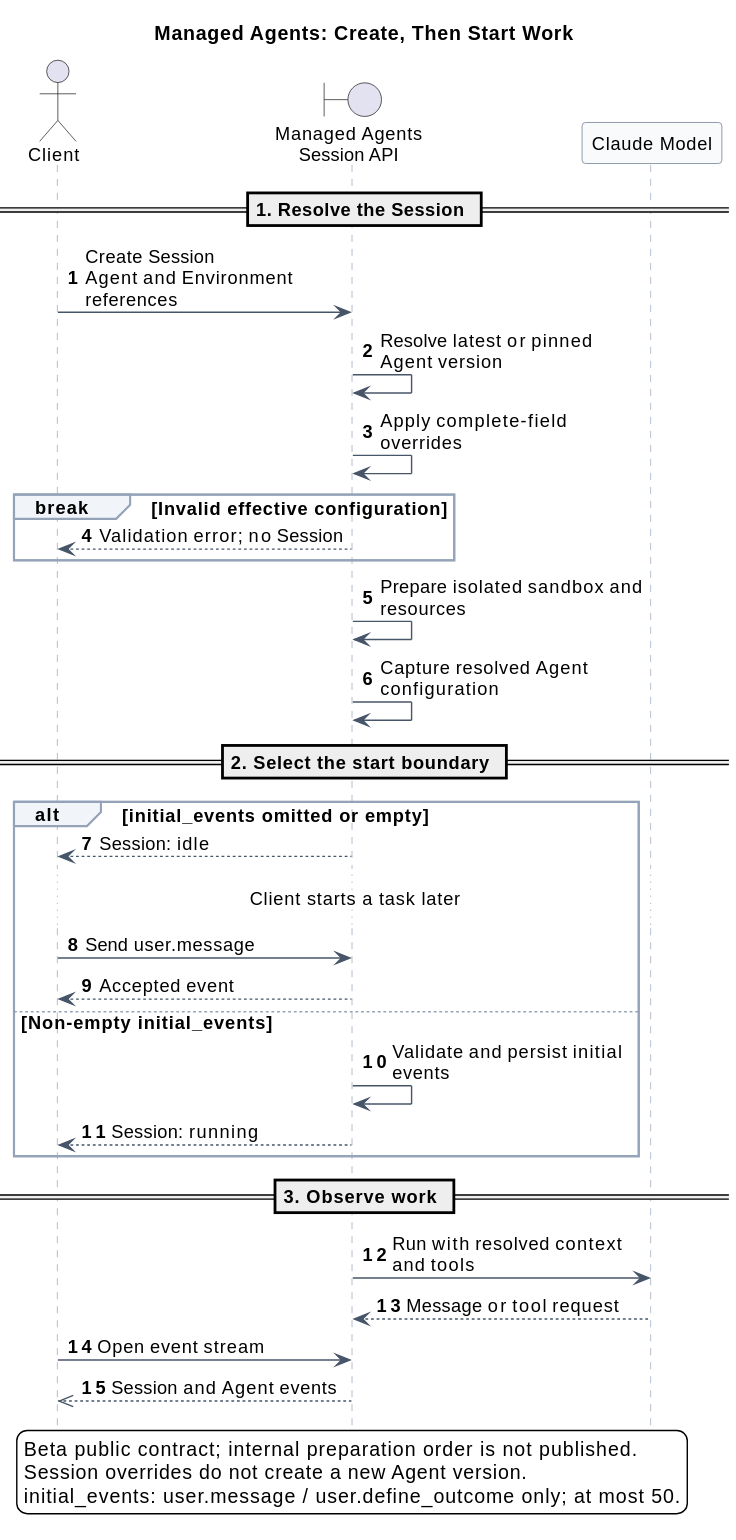
This is 05-研究资料/02-Anthropic托管Agent公开模型/session_agent_creation_sequence.svg from ssm0808/pi-mono-java-design, a PlantUML export, as it was before one commit.
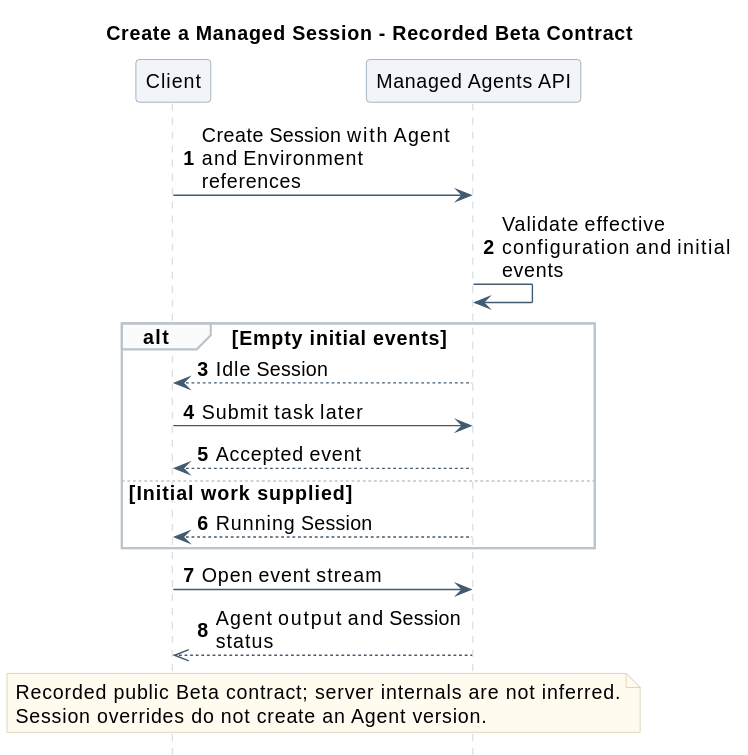
The same diagram one commit later.

Change to the diagram source:
```diff
@@ -1,55 +1,37 @@
 @startuml
-title Managed Agents: Create, Then Start Work
+skinparam backgroundColor white
+skinparam defaultFontName SansSerif
+skinparam defaultFontSize 14
+skinparam shadowing false
+skinparam sequenceMessageAlign left
+skinparam maxMessageSize 180
+skinparam sequenceArrowColor #425B70
+skinparam sequenceLifeLineBorderColor #BAC4CC
+skinparam sequenceParticipantBackgroundColor #F1F5F9
+skinparam sequenceParticipantBorderColor #8496A4
+skinparam sequenceGroupBackgroundColor #FAFBFC
+skinparam sequenceGroupBorderColor #BAC4CC
+skinparam noteBackgroundColor #FFFBEF
+skinparam noteBorderColor #D2C6A5
+hide footbox
 autonumber
-hide footbox
-skinparam backgroundColor white
-skinparam shadowing false
-skinparam defaultFontSize 13
-skinparam maxMessageSize 190
-skinparam BoxPadding 10
-skinparam sequence {
-  ArrowColor #475569
-  LifeLineBorderColor #94A3B8
-  ParticipantBorderColor #64748B
-  ParticipantBackgroundColor #F8FAFC
-  GroupBorderColor #94A3B8
-  GroupBackgroundColor #F1F5F9
-}
 
-actor Client
-boundary "Managed Agents\nSession API" as API
-participant "Claude Model" as Model
-
-== 1. Resolve the Session ==
-Client -> API : Create Session\nAgent and Environment references
-API -> API : Resolve latest or pinned Agent version
-API -> API : Apply complete-field overrides
-break Invalid effective configuration
-  API --> Client : Validation error; no Session
+title Create a Managed Session - Recorded Beta Contract
+participant Client
+participant "Managed Agents API" as API
+Client -> API : Create Session with Agent and Environment references
+API -> API : Validate effective configuration and initial events
+alt Empty initial events
+  API --> Client : Idle Session
+  Client -> API : Submit task later
+  API --> Client : Accepted event
+else Initial work supplied
+  API --> Client : Running Session
 end
-API -> API : Prepare isolated sandbox and resources
-API -> API : Capture resolved Agent configuration
-
-== 2. Select the start boundary ==
-alt initial_events omitted or empty
-  API --> Client : Session: idle
-  ... Client starts a task later ...
-  Client -> API : Send user.message
-  API --> Client : Accepted event
-else Non-empty initial_events
-  API -> API : Validate and persist initial events
-  API --> Client : Session: running
-end
-
-== 3. Observe work ==
-API -> Model : Run with resolved context and tools
-Model --> API : Message or tool request
 Client -> API : Open event stream
-API -->> Client : Session and Agent events
-
-legend bottom left
-Beta public contract; internal preparation order is not published.
-Session overrides do not create a new Agent version.
-initial_events: user.message / user.define_outcome only; at most 50.
-endlegend
+API -->> Client : Agent output and Session status
+note over Client,API
+  Recorded public Beta contract; server internals are not inferred.
+  Session overrides do not create an Agent version.
+end note
 @enduml
```
